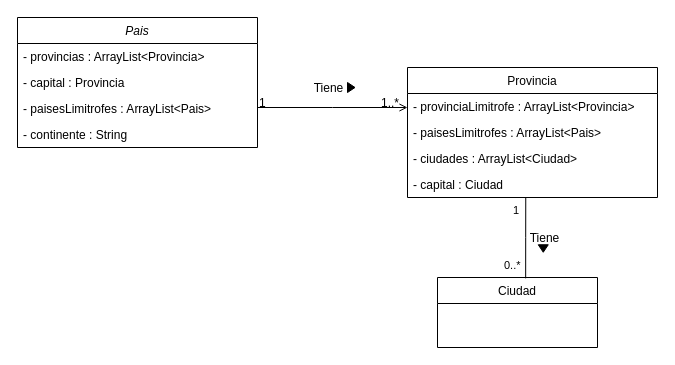
Before: 3_b.drawio in 01Marina/MetodologiaDiagramasDeClases, a draw.io diagram. Source tidied: cells renumbered, new cells numbered last; positions are measured from the earlier drawing's top-left corner, leaving out a move shared by most shapes. Both pictures are drawn from the tidied source at 100%, with x=0, y=0 at pixel (17, 17).
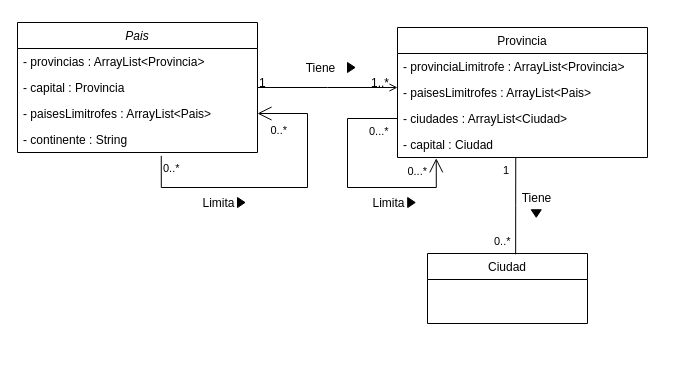
Above is the later version.

The change refers to these unchanged cells:
```xml
<mxCell id="4" value="- capital : Provincia" style="text;align=left;verticalAlign=top;spacingLeft=4;spacingRight=4;overflow=hidden;points=[[0,0.5],[1,0.5]];portConstraint=eastwest;rounded=0;shadow=0;html=0;" parent="2" vertex="1">
  <mxGeometry y="52" width="240" height="26" as="geometry" />
</mxCell>
<mxCell id="5" value="- paisesLimitrofes : ArrayList&lt;Pais&gt;" style="text;align=left;verticalAlign=top;spacingLeft=4;spacingRight=4;overflow=hidden;points=[[0,0.5],[1,0.5]];portConstraint=eastwest;rounded=0;shadow=0;html=0;" parent="2" vertex="1">
  <mxGeometry y="78" width="240" height="26" as="geometry" />
</mxCell>
<mxCell id="6" value="- continente : String" style="text;align=left;verticalAlign=top;spacingLeft=4;spacingRight=4;overflow=hidden;points=[[0,0.5],[1,0.5]];portConstraint=eastwest;rounded=0;shadow=0;html=0;" parent="2" vertex="1">
  <mxGeometry y="104" width="240" height="26" as="geometry" />
</mxCell>
<mxCell id="11" value="- ciudades : ArrayList&lt;Ciudad&gt;" style="text;align=left;verticalAlign=top;spacingLeft=4;spacingRight=4;overflow=hidden;points=[[0,0.5],[1,0.5]];portConstraint=eastwest;rounded=0;shadow=0;html=0;" parent="8" vertex="1">
  <mxGeometry y="78" width="250" height="26" as="geometry" />
</mxCell>
<mxCell id="12" value="- capital : Ciudad" style="text;align=left;verticalAlign=top;spacingLeft=4;spacingRight=4;overflow=hidden;points=[[0,0.5],[1,0.5]];portConstraint=eastwest;rounded=0;shadow=0;html=0;" parent="8" vertex="1">
  <mxGeometry y="104" width="250" height="26" as="geometry" />
</mxCell>
```

The edit, as a diff of the source:
```diff
@@
     <mxCell id="2" value="Pais" style="swimlane;fontStyle=2;align=center;verticalAlign=top;horizontal=1;startSize=26;rounded=0;shadow=0;strokeWidth=1;" parent="1" vertex="1">
-      <mxGeometry width="240" height="130" as="geometry" />
+      <mxGeometry y="5" width="240" height="130" as="geometry" />
     </mxCell>
@@
+    <mxCell id="23" style="endArrow=open;html=1;endSize=12;startArrow=none;startSize=14;startFill=0;rounded=0;exitX=0.599;exitY=1.129;exitDx=0;exitDy=0;exitPerimeter=0;entryX=1;entryY=0.5;entryDx=0;entryDy=0;edgeStyle=orthogonalEdgeStyle;" parent="2" edge="1" source="6" target="5">
+      <mxGeometry relative="1" as="geometry">
+        <Array as="points">
+          <mxPoint x="144" y="165" />
+          <mxPoint x="290" y="165" />
+          <mxPoint x="290" y="91" />
+        </Array>
+      </mxGeometry>
+    </mxCell>
+    <mxCell id="24" value="0..*" style="edgeLabel;html=1;align=left;verticalAlign=top;" parent="23" vertex="1">
+      <mxGeometry x="-1" relative="1" as="geometry" />
+    </mxCell>
+    <mxCell id="25" value="0..*" style="edgeLabel;html=1;align=right;verticalAlign=top;" parent="23" vertex="1">
+      <mxGeometry x="1" relative="1" as="geometry">
+        <mxPoint x="30" y="4" as="offset" />
+      </mxGeometry>
+    </mxCell>
     <mxCell id="7" value="Ciudad" style="swimlane;fontStyle=0;align=center;verticalAlign=top;horizontal=1;startSize=26;rounded=0;shadow=0;strokeWidth=1;" parent="1" vertex="1">
-      <mxGeometry x="420" y="260" width="160" height="70" as="geometry" />
+      <mxGeometry x="410" y="236" width="160" height="70" as="geometry" />
     </mxCell>
     <mxCell id="8" value="Provincia" style="swimlane;fontStyle=0;align=center;verticalAlign=top;horizontal=1;startSize=26;rounded=0;shadow=0;strokeWidth=1;" parent="1" vertex="1">
-      <mxGeometry x="390" y="50" width="250" height="130" as="geometry" />
+      <mxGeometry x="380" y="10" width="250" height="130" as="geometry" />
     </mxCell>
@@
+    <mxCell id="26" style="endArrow=open;html=1;endSize=12;startArrow=none;startSize=14;startFill=0;edgeStyle=orthogonalEdgeStyle;rounded=0;exitX=0;exitY=0.5;exitDx=0;exitDy=0;entryX=0.155;entryY=1.031;entryDx=0;entryDy=0;entryPerimeter=0;" parent="8" edge="1" source="11" target="12">
+      <mxGeometry relative="1" as="geometry">
+        <Array as="points">
+          <mxPoint x="-50" y="91" />
+          <mxPoint x="-50" y="160" />
+          <mxPoint x="39" y="160" />
+        </Array>
+      </mxGeometry>
+    </mxCell>
+    <mxCell id="27" value="0...*" style="edgeLabel;html=1;align=left;verticalAlign=top;" parent="26" vertex="1">
+      <mxGeometry x="-1" relative="1" as="geometry">
+        <mxPoint x="-30" as="offset" />
+      </mxGeometry>
+    </mxCell>
+    <mxCell id="28" value="0...*" style="edgeLabel;html=1;align=right;verticalAlign=top;" parent="26" vertex="1">
+      <mxGeometry x="1" relative="1" as="geometry">
+        <mxPoint x="-9" as="offset" />
+      </mxGeometry>
+    </mxCell>
-    <mxCell id="13" style="endArrow=open;shadow=0;strokeWidth=1;rounded=0;endFill=1;edgeStyle=elbowEdgeStyle;elbow=vertical;" parent="1" edge="1" source="2" target="8">
+    <mxCell id="13" style="endArrow=open;shadow=0;strokeWidth=1;rounded=0;endFill=1;edgeStyle=elbowEdgeStyle;elbow=vertical;exitX=1;exitY=0.5;exitDx=0;exitDy=0;" parent="1" edge="1" source="4" target="8">
       <mxGeometry x="0.5" y="41" relative="1" as="geometry">
         <mxPoint x="-40" y="32" as="offset" />
       </mxGeometry>
     </mxCell>
@@
     <mxCell id="17" value="Tiene" style="text;html=1;align=center;verticalAlign=middle;labelBackgroundColor=none;rounded=0;shadow=0;strokeWidth=1;fontSize=12;" parent="13" vertex="1">
       <mxGeometry x="0.5" y="49" relative="1" as="geometry">
-        <mxPoint x="173" y="179" as="offset" />
+        <mxPoint x="173" y="159" as="offset" />
       </mxGeometry>
     </mxCell>
+    <mxCell id="29" value="Limita" style="text;html=1;align=center;verticalAlign=middle;labelBackgroundColor=none;rounded=0;shadow=0;strokeWidth=1;fontSize=12;" parent="13" vertex="1">
+      <mxGeometry x="0.5" y="49" relative="1" as="geometry">
+        <mxPoint x="-145" y="164" as="offset" />
+      </mxGeometry>
+    </mxCell>
+    <mxCell id="30" value="Limita" style="text;html=1;align=center;verticalAlign=middle;labelBackgroundColor=none;rounded=0;shadow=0;strokeWidth=1;fontSize=12;" parent="13" vertex="1">
+      <mxGeometry x="0.5" y="49" relative="1" as="geometry">
+        <mxPoint x="25" y="164" as="offset" />
+      </mxGeometry>
+    </mxCell>
     <mxCell id="18" style="triangle;whiteSpace=wrap;html=1;fillColor=#000000;" parent="1" vertex="1">
-      <mxGeometry x="330" y="65" width="7.5" height="10" as="geometry" />
+      <mxGeometry x="330" y="45" width="7.5" height="10" as="geometry" />
     </mxCell>
@@
     <mxCell id="22" style="triangle;whiteSpace=wrap;html=1;fillColor=#000000;rotation=90;" parent="1" vertex="1">
-      <mxGeometry x="522" y="226" width="7.5" height="10" as="geometry" />
+      <mxGeometry x="515" y="191" width="7.5" height="10" as="geometry" />
     </mxCell>
+    <mxCell id="31" style="triangle;whiteSpace=wrap;html=1;fillColor=#000000;" parent="1" vertex="1">
+      <mxGeometry x="220" y="180" width="7.5" height="10" as="geometry" />
+    </mxCell>
+    <mxCell id="32" style="triangle;whiteSpace=wrap;html=1;fillColor=#000000;" parent="1" vertex="1">
+      <mxGeometry x="390.2" y="180" width="7.5" height="10" as="geometry" />
+    </mxCell>
```
